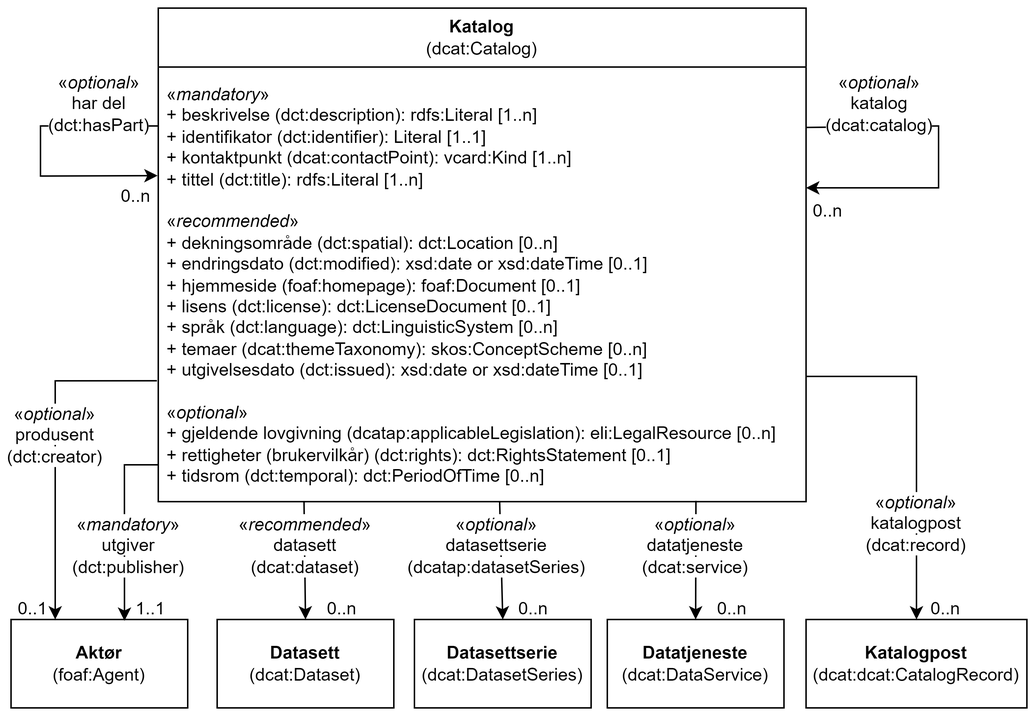
Informasjonsforvaltning/dcat-ap-no keeps this draw.io diagram as docs/images/Klassen-Katalog.png. Above is the earlier version. Source tidied: cells renumbered, new cells last; positions are measured from the earlier drawing's top-left corner, leaving out a move shared by most shapes.
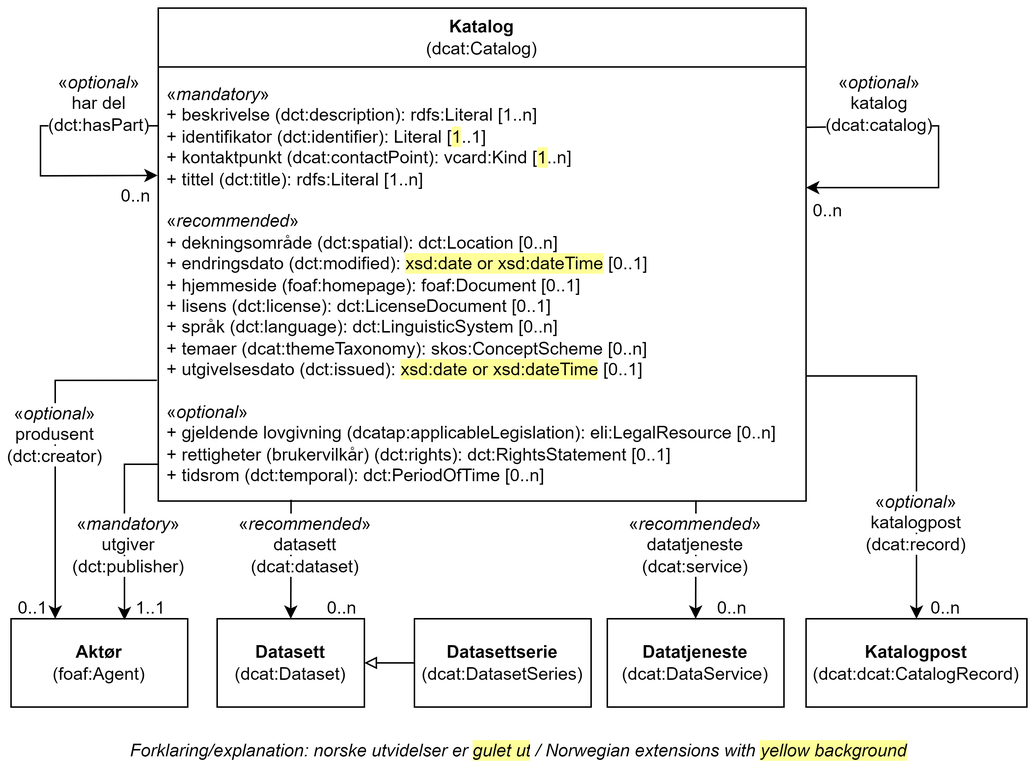
After the commit.

Commit message:
Oppdaterer norsk utvidelse, Katalog

What changed in the source:
```diff
@@ -5,7 +5,7 @@
     <mxCell id="2" value="Katalog&lt;br&gt;&lt;span style=&quot;font-weight: normal;&quot;&gt;(dcat:Catalog)&lt;/span&gt;" style="swimlane;whiteSpace=wrap;html=1;startSize=40;" parent="1" vertex="1">
       <mxGeometry x="100" width="440" height="335" as="geometry" />
     </mxCell>
-    <mxCell id="3" value="«&lt;i&gt;mandatory&lt;/i&gt;»&lt;br&gt;+ beskrivelse (dct:description): rdfs:Literal [1..n]&lt;br&gt;+ identifikator (dct:identifier): Literal [1..1]&lt;br&gt;+ kontaktpunkt (dcat:contactPoint): vcard:Kind [1..n]&lt;br&gt;+ tittel (dct:title): rdfs:Literal [1..n]&lt;br&gt;&lt;br&gt;«&lt;i&gt;recommended&lt;/i&gt;»&lt;br&gt;+ dekningsområde (dct:spatial): dct:Location [0..n]&lt;br&gt;+ endringsdato (dct:modified): xsd:date or xsd:dateTime [0..1]&lt;br&gt;+ hjemmeside (foaf:homepage): foaf:Document [0..1]&lt;br&gt;+ lisens (dct:license): dct:LicenseDocument [0..1]&lt;br&gt;+ språk (dct:language): dct:LinguisticSystem [0..n]&lt;br&gt;+ temaer (dcat:themeTaxonomy): skos:ConceptScheme [0..n]&lt;br&gt;+ utgivelsesdato (dct:issued): xsd:date or xsd:dateTime [0..1]&lt;br&gt;&lt;br&gt;«&lt;i&gt;optional&lt;/i&gt;»&lt;br&gt;+ gjeldende lovgivning (dcatap:applicableLegislation): eli:LegalResource [0..n]&lt;br&gt;+ rettigheter (brukervilkår) (dct:rights): dct:RightsStatement [0..1]&lt;br&gt;+ tidsrom (dct:temporal): dct:PeriodOfTime [0..n]" style="text;strokeColor=none;fillColor=none;align=left;verticalAlign=top;spacingLeft=4;spacingRight=4;overflow=hidden;points=[[0,0.5],[1,0.5]];portConstraint=eastwest;whiteSpace=wrap;html=1;" parent="2" vertex="1">
+    <mxCell id="3" value="«&lt;i&gt;mandatory&lt;/i&gt;»&lt;br&gt;+ beskrivelse (dct:description): rdfs:Literal [1..n]&lt;br&gt;+ identifikator (dct:identifier): Literal [&lt;span style=&quot;background-color: rgb(255, 255, 153);&quot;&gt;1&lt;/span&gt;..1]&lt;br&gt;+ kontaktpunkt (dcat:contactPoint): vcard:Kind [&lt;span style=&quot;background-color: rgb(255, 255, 153);&quot;&gt;1&lt;/span&gt;..n]&lt;br&gt;+ tittel (dct:title): rdfs:Literal [1..n]&lt;br&gt;&lt;br&gt;«&lt;i&gt;recommended&lt;/i&gt;»&lt;br&gt;+ dekningsområde (dct:spatial): dct:Location [0..n]&lt;br&gt;+ endringsdato (dct:modified): &lt;span style=&quot;background-color: rgb(255, 255, 153);&quot;&gt;xsd:date or xsd:dateTime&lt;/span&gt; [0..1]&lt;br&gt;+ hjemmeside (foaf:homepage): foaf:Document [0..1]&lt;br&gt;+ lisens (dct:license): dct:LicenseDocument [0..1]&lt;br&gt;+ språk (dct:language): dct:LinguisticSystem [0..n]&lt;br&gt;+ temaer (dcat:themeTaxonomy): skos:ConceptScheme [0..n]&lt;br&gt;+ utgivelsesdato (dct:issued): &lt;span style=&quot;background-color: rgb(255, 255, 153);&quot;&gt;xsd:date or xsd:dateTime&lt;/span&gt; [0..1]&lt;br&gt;&lt;br&gt;«&lt;i&gt;optional&lt;/i&gt;»&lt;br&gt;+ gjeldende lovgivning (dcatap:applicableLegislation): eli:LegalResource [0..n]&lt;br&gt;+ rettigheter (brukervilkår) (dct:rights): dct:RightsStatement [0..1]&lt;br&gt;+ tidsrom (dct:temporal): dct:PeriodOfTime [0..n]" style="text;strokeColor=none;fillColor=none;align=left;verticalAlign=top;spacingLeft=4;spacingRight=4;overflow=hidden;points=[[0,0.5],[1,0.5]];portConstraint=eastwest;whiteSpace=wrap;html=1;" parent="2" vertex="1">
       <mxGeometry y="45" width="440" height="290" as="geometry" />
     </mxCell>
     <mxCell id="4" style="endArrow=classic;html=1;rounded=0;entryX=-0.001;entryY=0.237;entryDx=0;entryDy=0;entryPerimeter=0;" parent="2" edge="1" target="3">
@@ -31,7 +31,7 @@
       <mxGeometry y="415" width="120" height="60" as="geometry" />
     </mxCell>
     <mxCell id="7" value="&lt;b&gt;Datasett&lt;/b&gt;&lt;br&gt;(dcat:Dataset)" style="rounded=0;whiteSpace=wrap;html=1;" parent="1" vertex="1">
-      <mxGeometry x="140" y="415" width="120" height="60" as="geometry" />
+      <mxGeometry x="140" y="415" width="100" height="60" as="geometry" />
     </mxCell>
     <mxCell id="8" value="&lt;b&gt;Datasettserie&lt;/b&gt;&lt;br&gt;(dcat:DatasetSeries)" style="rounded=0;whiteSpace=wrap;html=1;" parent="1" vertex="1">
       <mxGeometry x="274" y="415" width="120" height="60" as="geometry" />
@@ -75,7 +75,7 @@
     <mxCell id="18" value="0..1" style="text;html=1;strokeColor=none;fillColor=none;align=center;verticalAlign=middle;whiteSpace=wrap;rounded=0;" parent="1" vertex="1">
       <mxGeometry y="400" width="30" height="15" as="geometry" />
     </mxCell>
-    <mxCell id="19" style="endArrow=classic;html=1;rounded=0;entryX=0.5;entryY=0;entryDx=0;entryDy=0;exitX=0.225;exitY=1.001;exitDx=0;exitDy=0;exitPerimeter=0;" parent="1" edge="1" source="3" target="7">
+    <mxCell id="19" style="endArrow=classic;html=1;rounded=0;entryX=0.5;entryY=0;entryDx=0;entryDy=0;exitX=0.205;exitY=0.997;exitDx=0;exitDy=0;exitPerimeter=0;" parent="1" edge="1" source="3" target="7">
       <mxGeometry relative="1" as="geometry" />
     </mxCell>
     <mxCell id="20" value="&lt;span style=&quot;background-color: rgb(255, 255, 255);&quot;&gt;«&lt;i&gt;recommended&lt;/i&gt;»&lt;br&gt;datasett&lt;br&gt;(dcat:dataset)&lt;/span&gt;" style="text;html=1;strokeColor=none;fillColor=none;align=center;verticalAlign=middle;whiteSpace=wrap;rounded=0;" parent="1" vertex="1">
@@ -84,19 +84,10 @@
     <mxCell id="21" value="0..n" style="text;html=1;strokeColor=none;fillColor=none;align=center;verticalAlign=middle;whiteSpace=wrap;rounded=0;" parent="1" vertex="1">
       <mxGeometry x="210" y="400" width="30" height="15" as="geometry" />
     </mxCell>
-    <mxCell id="22" style="endArrow=classic;html=1;rounded=0;entryX=0.5;entryY=0;entryDx=0;entryDy=0;exitX=0.527;exitY=1.001;exitDx=0;exitDy=0;exitPerimeter=0;" parent="1" edge="1" source="3" target="8">
-      <mxGeometry relative="1" as="geometry" />
-    </mxCell>
-    <mxCell id="23" value="&lt;span style=&quot;background-color: rgb(255, 255, 255);&quot;&gt;«&lt;i&gt;optional&lt;/i&gt;»&lt;br&gt;datasettserie&lt;br&gt;(dcatap:datasetSeries)&lt;/span&gt;" style="text;html=1;strokeColor=none;fillColor=none;align=center;verticalAlign=middle;whiteSpace=wrap;rounded=0;" parent="1" vertex="1">
-      <mxGeometry x="300" y="350" width="60" height="30" as="geometry" />
-    </mxCell>
-    <mxCell id="24" value="0..n" style="text;html=1;strokeColor=none;fillColor=none;align=center;verticalAlign=middle;whiteSpace=wrap;rounded=0;" parent="1" vertex="1">
-      <mxGeometry x="340" y="400" width="30" height="15" as="geometry" />
-    </mxCell>
     <mxCell id="25" style="endArrow=classic;html=1;rounded=0;entryX=0.5;entryY=0;entryDx=0;entryDy=0;exitX=0.83;exitY=0.998;exitDx=0;exitDy=0;exitPerimeter=0;" parent="1" edge="1" source="3" target="9">
       <mxGeometry relative="1" as="geometry" />
     </mxCell>
-    <mxCell id="26" value="&lt;span style=&quot;background-color: rgb(255, 255, 255);&quot;&gt;«&lt;i style=&quot;&quot;&gt;optional&lt;/i&gt;»&lt;br&gt;datatjeneste&lt;br&gt;(dcat:service)&lt;/span&gt;" style="text;html=1;strokeColor=none;fillColor=none;align=center;verticalAlign=middle;whiteSpace=wrap;rounded=0;" parent="1" vertex="1">
+    <mxCell id="26" value="&lt;span style=&quot;background-color: rgb(255, 255, 255);&quot;&gt;«&lt;i style=&quot;&quot;&gt;recommended&lt;/i&gt;»&lt;br&gt;datatjeneste&lt;br&gt;(dcat:service)&lt;/span&gt;" style="text;html=1;strokeColor=none;fillColor=none;align=center;verticalAlign=middle;whiteSpace=wrap;rounded=0;" parent="1" vertex="1">
       <mxGeometry x="435" y="350" width="60" height="30" as="geometry" />
     </mxCell>
     <mxCell id="27" value="0..n" style="text;html=1;strokeColor=none;fillColor=none;align=center;verticalAlign=middle;whiteSpace=wrap;rounded=0;" parent="1" vertex="1">
@@ -122,5 +113,11 @@
     <mxCell id="32" value="&lt;span style=&quot;background-color: rgb(255, 255, 255);&quot;&gt;«&lt;i&gt;mandatory&lt;/i&gt;»&lt;br&gt;utgiver&lt;br&gt;(dct:publisher)&lt;/span&gt;" style="text;html=1;strokeColor=none;fillColor=none;align=center;verticalAlign=middle;whiteSpace=wrap;rounded=0;" parent="1" vertex="1">
       <mxGeometry x="30" y="350" width="100" height="30" as="geometry" />
     </mxCell>
+    <mxCell id="33" value="Forklaring/explanation: norske utvidelser er&amp;nbsp;&lt;span style=&quot;background-color: rgb(255, 255, 153);&quot;&gt;gulet ut&lt;/span&gt;&lt;span style=&quot;background-color: rgb(255 , 255 , 255)&quot;&gt;&amp;nbsp;/&amp;nbsp;Norwegian extensions with &lt;/span&gt;&lt;span style=&quot;background-color: rgb(255, 255, 153);&quot;&gt;yellow background&lt;/span&gt;" style="text;html=1;strokeColor=none;fillColor=none;align=center;verticalAlign=middle;whiteSpace=wrap;rounded=0;fontStyle=2;" parent="1" vertex="1">
+      <mxGeometry y="495" width="690" height="20" as="geometry" />
+    </mxCell>
+    <mxCell id="34" style="endArrow=block;html=1;rounded=0;exitX=0;exitY=0.5;exitDx=0;exitDy=0;entryX=1;entryY=0.5;entryDx=0;entryDy=0;endFill=0;" parent="1" edge="1" source="8" target="7">
+      <mxGeometry relative="1" as="geometry" />
+    </mxCell>
   </root>
 </mxGraphModel>
```
